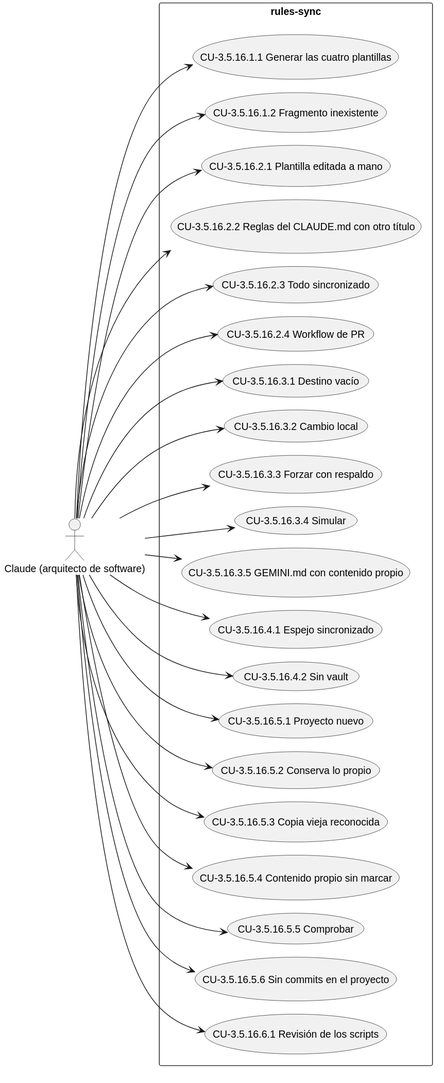
Above: docs/diagramas/CAP-3.5.16.svg in Lautaro-Montecchiani/sdd-global-config (PlantUML), before the change.
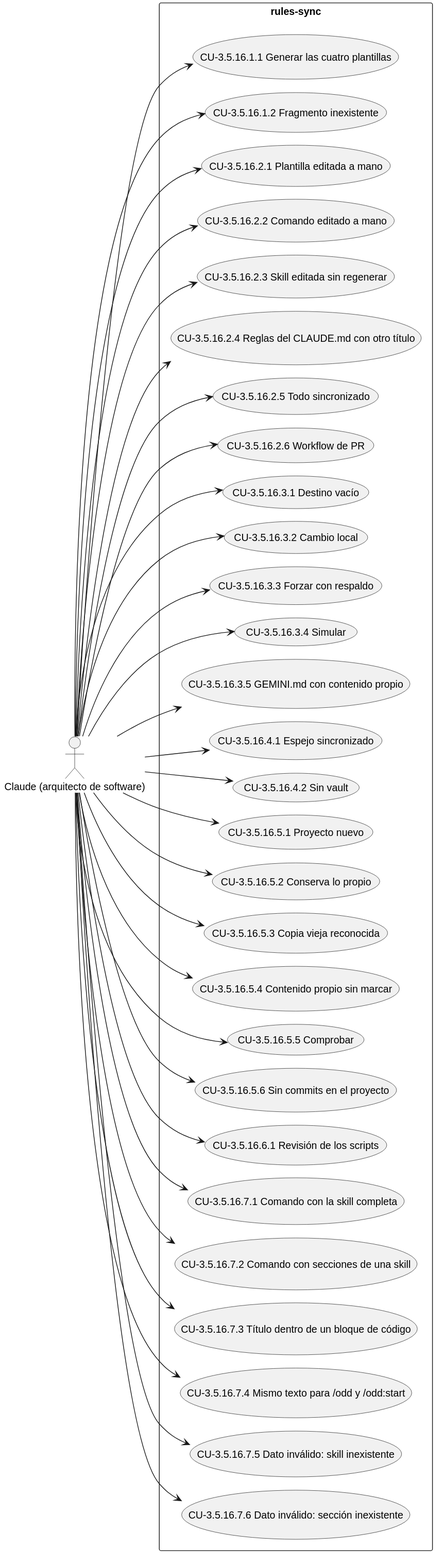
The same file after the commit.

Commit message:
docs: regenerar SRS

The edit, as a diff of the source:
```diff
@@ -6,9 +6,11 @@
   usecase "CU-3.5.16.1.1 Generar las cuatro plantillas" as UC_3_5_16_1_1
   usecase "CU-3.5.16.1.2 Fragmento inexistente" as UC_3_5_16_1_2
   usecase "CU-3.5.16.2.1 Plantilla editada a mano" as UC_3_5_16_2_1
-  usecase "CU-3.5.16.2.2 Reglas del CLAUDE.md con otro título" as UC_3_5_16_2_2
-  usecase "CU-3.5.16.2.3 Todo sincronizado" as UC_3_5_16_2_3
-  usecase "CU-3.5.16.2.4 Workflow de PR" as UC_3_5_16_2_4
+  usecase "CU-3.5.16.2.2 Comando editado a mano" as UC_3_5_16_2_2
+  usecase "CU-3.5.16.2.3 Skill editada sin regenerar" as UC_3_5_16_2_3
+  usecase "CU-3.5.16.2.4 Reglas del CLAUDE.md con otro título" as UC_3_5_16_2_4
+  usecase "CU-3.5.16.2.5 Todo sincronizado" as UC_3_5_16_2_5
+  usecase "CU-3.5.16.2.6 Workflow de PR" as UC_3_5_16_2_6
   usecase "CU-3.5.16.3.1 Destino vacío" as UC_3_5_16_3_1
   usecase "CU-3.5.16.3.2 Cambio local" as UC_3_5_16_3_2
   usecase "CU-3.5.16.3.3 Forzar con respaldo" as UC_3_5_16_3_3
@@ -23,6 +25,12 @@
   usecase "CU-3.5.16.5.5 Comprobar" as UC_3_5_16_5_5
   usecase "CU-3.5.16.5.6 Sin commits en el proyecto" as UC_3_5_16_5_6
   usecase "CU-3.5.16.6.1 Revisión de los scripts" as UC_3_5_16_6_1
+  usecase "CU-3.5.16.7.1 Comando con la skill completa" as UC_3_5_16_7_1
+  usecase "CU-3.5.16.7.2 Comando con secciones de una skill" as UC_3_5_16_7_2
+  usecase "CU-3.5.16.7.3 Título dentro de un bloque de código" as UC_3_5_16_7_3
+  usecase "CU-3.5.16.7.4 Mismo texto para /odd y /odd:start" as UC_3_5_16_7_4
+  usecase "CU-3.5.16.7.5 Dato inválido: skill inexistente" as UC_3_5_16_7_5
+  usecase "CU-3.5.16.7.6 Dato inválido: sección inexistente" as UC_3_5_16_7_6
 }
 A1 --> UC_3_5_16_1_1
 A1 --> UC_3_5_16_1_2
@@ -30,6 +38,8 @@
 A1 --> UC_3_5_16_2_2
 A1 --> UC_3_5_16_2_3
 A1 --> UC_3_5_16_2_4
+A1 --> UC_3_5_16_2_5
+A1 --> UC_3_5_16_2_6
 A1 --> UC_3_5_16_3_1
 A1 --> UC_3_5_16_3_2
 A1 --> UC_3_5_16_3_3
@@ -44,4 +54,10 @@
 A1 --> UC_3_5_16_5_5
 A1 --> UC_3_5_16_5_6
 A1 --> UC_3_5_16_6_1
+A1 --> UC_3_5_16_7_1
+A1 --> UC_3_5_16_7_2
+A1 --> UC_3_5_16_7_3
+A1 --> UC_3_5_16_7_4
+A1 --> UC_3_5_16_7_5
+A1 --> UC_3_5_16_7_6
 @enduml
```
